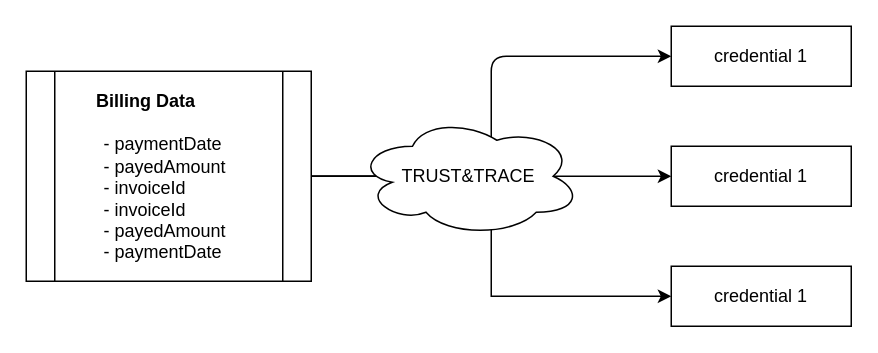
evannetwork/tnt-docs keeps this draw.io diagram as page "templates" (2 of 2) of flow_diagrams.drawio. Above is the earlier version. Source tidied: cells renumbered, new cells numbered last; positions are measured from the earlier drawing's top-left corner, leaving out a move shared by most shapes. Both pictures are drawn from the tidied source at 150%, with x=0, y=0 at pixel (26, 26).
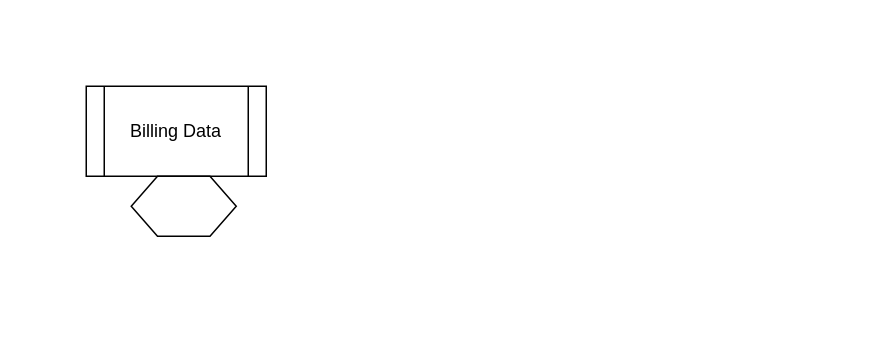
Above is the later version.

Diff of the diagram source:
```diff
@@
 <mxGraphModel>
   <root>
-    <mxCell id="0" />
-    <mxCell id="1" parent="0" />
-    <mxCell id="2" style="edgeStyle=orthogonalEdgeStyle;rounded=0;jettySize=auto;html=1;exitX=1;exitY=0.5;exitDx=0;exitDy=0;entryX=0;entryY=0.5;entryDx=0;entryDy=0;" parent="1" edge="1" source="4" target="10">
-      <mxGeometry relative="1" as="geometry" />
-    </mxCell>
-    <mxCell id="3" style="edgeStyle=orthogonalEdgeStyle;rounded=0;jettySize=auto;html=1;exitX=1;exitY=0.5;exitDx=0;exitDy=0;" parent="1" edge="1" source="4" target="11">
-      <mxGeometry relative="1" as="geometry" />
-    </mxCell>
-    <mxCell id="4" style="shape=process;whiteSpace=wrap;html=1;backgroundOutline=1;" parent="1" vertex="1">
-      <mxGeometry y="30" width="190" height="140" as="geometry" />
-    </mxCell>
-    <mxCell id="5" value="&lt;div&gt;- paymentDate&lt;/div&gt;-&amp;nbsp;&lt;span&gt;payedAmount&lt;/span&gt;&lt;br&gt;&lt;div&gt;- invoiceId&lt;/div&gt;&lt;div&gt;- invoiceId&lt;/div&gt;&lt;div&gt;- payedAmount&lt;/div&gt;&lt;div&gt;- paymentDate&lt;/div&gt;" style="text;html=1;align=left;verticalAlign=middle;" parent="1" vertex="1">
-      <mxGeometry x="50" y="70" width="100" height="90" as="geometry" />
-    </mxCell>
+    <mxCell id="12" />
+    <mxCell id="13" parent="12" />
-    <mxCell id="6" value="Billing Data" style="text;html=1;strokeColor=none;fillColor=none;align=center;verticalAlign=middle;whiteSpace=wrap;rounded=0;fontStyle=1;" parent="1" vertex="1">
-      <mxGeometry x="40" y="40" width="80" height="20" as="geometry" />
+    <mxCell id="6" value="Billing Data" style="shape=process;whiteSpace=wrap;html=1;backgroundOutline=1;" parent="13" vertex="1">
+      <mxGeometry x="40" y="40" width="120" height="60" as="geometry" />
     </mxCell>
-    <mxCell id="7" style="endArrow=classic;html=1;exitX=1;exitY=0.5;exitDx=0;exitDy=0;entryX=0;entryY=0.5;entryDx=0;entryDy=0;" parent="1" edge="1" source="4" target="8">
-      <mxGeometry relative="1" as="geometry">
-        <Array as="points">
-          <mxPoint x="310" y="100" />
-          <mxPoint x="310" y="20" />
-        </Array>
-      </mxGeometry>
-    </mxCell>
-    <mxCell id="8" value="credential 1" style="rounded=0;whiteSpace=wrap;html=1;" parent="1" vertex="1">
-      <mxGeometry x="430" width="120" height="40" as="geometry" />
-    </mxCell>
-    <mxCell id="9" value="TRUST&amp;amp;TRACE" style="ellipse;shape=cloud;whiteSpace=wrap;html=1;" parent="1" vertex="1">
-      <mxGeometry x="220" y="60" width="150" height="80" as="geometry" />
-    </mxCell>
-    <mxCell id="10" value="credential 1" style="rounded=0;whiteSpace=wrap;html=1;" parent="1" vertex="1">
-      <mxGeometry x="430" y="80" width="120" height="40" as="geometry" />
-    </mxCell>
-    <mxCell id="11" value="credential 1" style="rounded=0;whiteSpace=wrap;html=1;" parent="1" vertex="1">
-      <mxGeometry x="430" y="160" width="120" height="40" as="geometry" />
-    </mxCell>
+    <mxCell id="14" style="shape=hexagon;perimeter=hexagonPerimeter2;whiteSpace=wrap;html=1;" parent="13" vertex="1">
+      <mxGeometry x="70" y="100" width="70" height="40" as="geometry" />
+    </mxCell>
   </root>
 </mxGraphModel>
```
